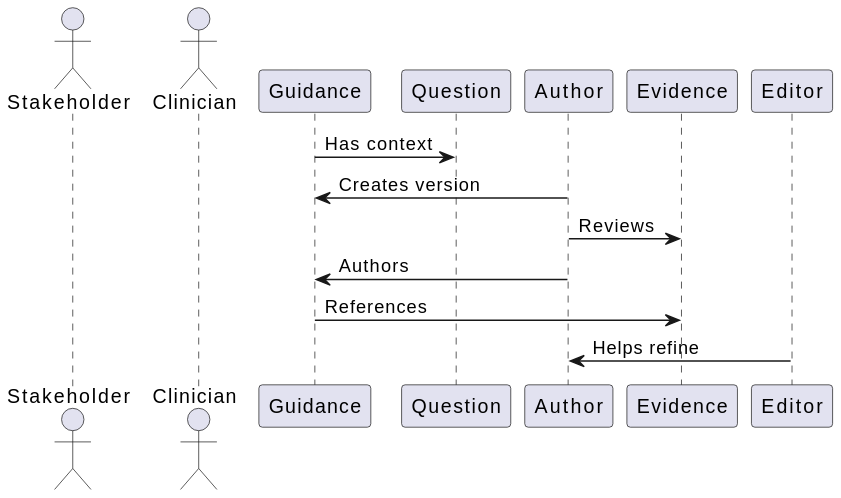
chronicleworks/chronicle keeps this PlantUML diagram as docs/docs/diagrams/out/revision.svg. Above is the earlier version.
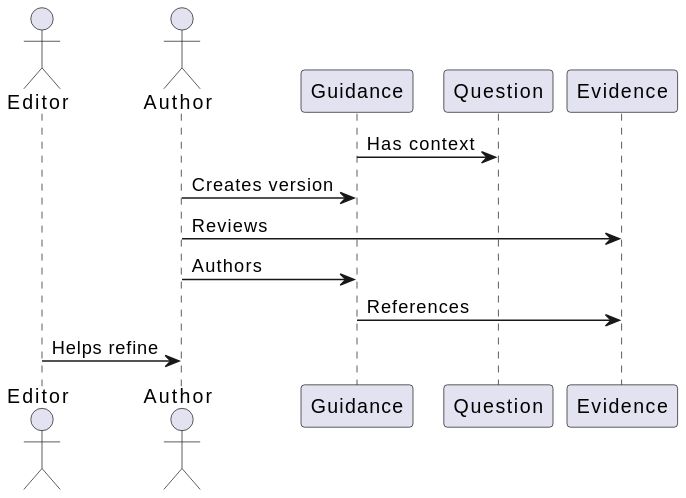
The same diagram one commit later.

What changed in the source:
```diff
@@ -1,6 +1,6 @@
 @startuml
-actor "Stakeholder"
-actor "Clinician"
+actor "Editor"
+actor "Author"
 
 Guidance -> Question : Has context
 Author -> Guidance : Creates version
```
